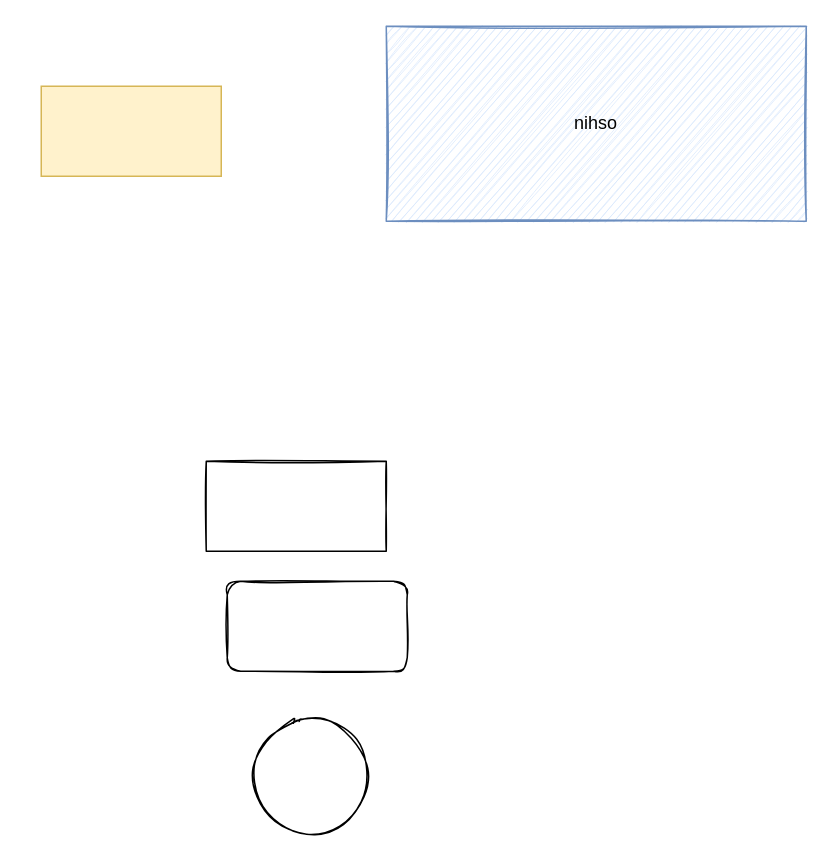
Earlier version of the draw.io diagram 未命名绘图.drawio (YangZhiqiang98/drawio). Source tidied: cells renumbered, new cells numbered last; positions are measured from the earlier drawing's top-left corner, leaving out a move shared by most shapes. Both pictures are drawn from the tidied source at 150%, with x=0, y=0 at pixel (40, 26).
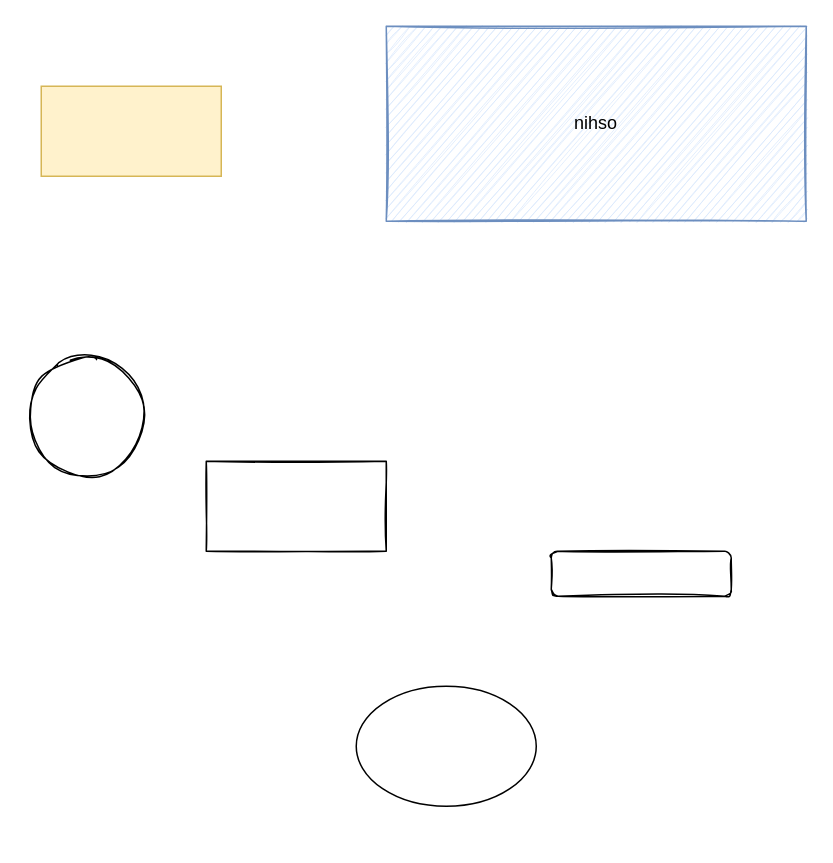
Above is the later version.

Commit message:
已添加 未命名绘图.drawio

Change to the diagram source:
```diff
@@
 <mxGraphModel>
   <root>
     <mxCell id="0" />
     <mxCell id="1" parent="0" />
-    <mxCell id="2" style="rounded=0;whiteSpace=wrap;html=1;shadow=0;fillColor=#fff2cc;strokeColor=#d6b656;strokeWidth=1;glass=0;fillStyle=auto;" parent="1" vertex="1">
-      <mxGeometry y="40" width="120" height="60" as="geometry" />
-    </mxCell>
+    <mxCell id="7" style="rounded=0;whiteSpace=wrap;html=1;shadow=0;fillColor=#fff2cc;strokeColor=#d6b656;strokeWidth=1;glass=0;fillStyle=auto;" parent="1" vertex="1">
+      <mxGeometry y="40" width="120" height="60" as="geometry" />
+    </mxCell>
     <mxCell id="3" value="nihso" style="rounded=0;whiteSpace=wrap;html=1;shadow=0;glass=0;fillStyle=auto;strokeColor=#6c8ebf;strokeWidth=1;sketch=1;fillColor=#dae8fc;" parent="1" vertex="1">
       <mxGeometry x="230" width="280" height="130" as="geometry" />
     </mxCell>
-    <mxCell id="4" style="rounded=0;whiteSpace=wrap;html=1;shadow=0;glass=0;sketch=1;fillStyle=auto;fontFamily=Times New Roman;fontColor=none;strokeColor=default;strokeWidth=1;gradientColor=none;" parent="1" vertex="1">
-      <mxGeometry x="110" y="290" width="120" height="60" as="geometry" />
-    </mxCell>
-    <mxCell id="5" style="ellipse;whiteSpace=wrap;html=1;rounded=0;shadow=0;glass=0;sketch=1;fillStyle=auto;fontFamily=Times New Roman;fontColor=none;strokeColor=default;strokeWidth=1;gradientColor=none;" parent="1" vertex="1">
-      <mxGeometry x="140" y="460" width="80" height="80" as="geometry" />
-    </mxCell>
-    <mxCell id="6" style="rounded=1;whiteSpace=wrap;html=1;shadow=0;glass=0;sketch=1;fillStyle=auto;fontFamily=Times New Roman;fontColor=none;strokeColor=default;strokeWidth=1;gradientColor=none;" parent="1" vertex="1">
-      <mxGeometry x="124" y="370" width="120" height="60" as="geometry" />
-    </mxCell>
+    <mxCell id="8" style="rounded=0;whiteSpace=wrap;html=1;shadow=0;glass=0;sketch=1;fillStyle=auto;fontFamily=Times New Roman;fontColor=none;strokeColor=default;strokeWidth=1;gradientColor=none;" parent="1" vertex="1">
+      <mxGeometry x="110" y="290" width="120" height="60" as="geometry" />
+    </mxCell>
+    <mxCell id="9" style="ellipse;whiteSpace=wrap;html=1;rounded=0;shadow=0;glass=0;sketch=1;fillStyle=auto;fontFamily=Times New Roman;fontColor=none;strokeColor=default;strokeWidth=1;gradientColor=none;" parent="1" vertex="1">
+      <mxGeometry x="-10" y="220" width="80" height="80" as="geometry" />
+    </mxCell>
+    <mxCell id="10" style="rounded=1;whiteSpace=wrap;html=1;shadow=0;glass=0;sketch=1;fillStyle=auto;fontFamily=Times New Roman;fontColor=none;strokeColor=default;strokeWidth=1;gradientColor=none;" parent="1" vertex="1">
+      <mxGeometry x="340" y="350" width="120" height="30" as="geometry" />
+    </mxCell>
+    <mxCell id="11" style="ellipse;whiteSpace=wrap;html=1;" parent="1" vertex="1">
+      <mxGeometry x="210" y="440" width="120" height="80" as="geometry" />
+    </mxCell>
   </root>
 </mxGraphModel>
```
